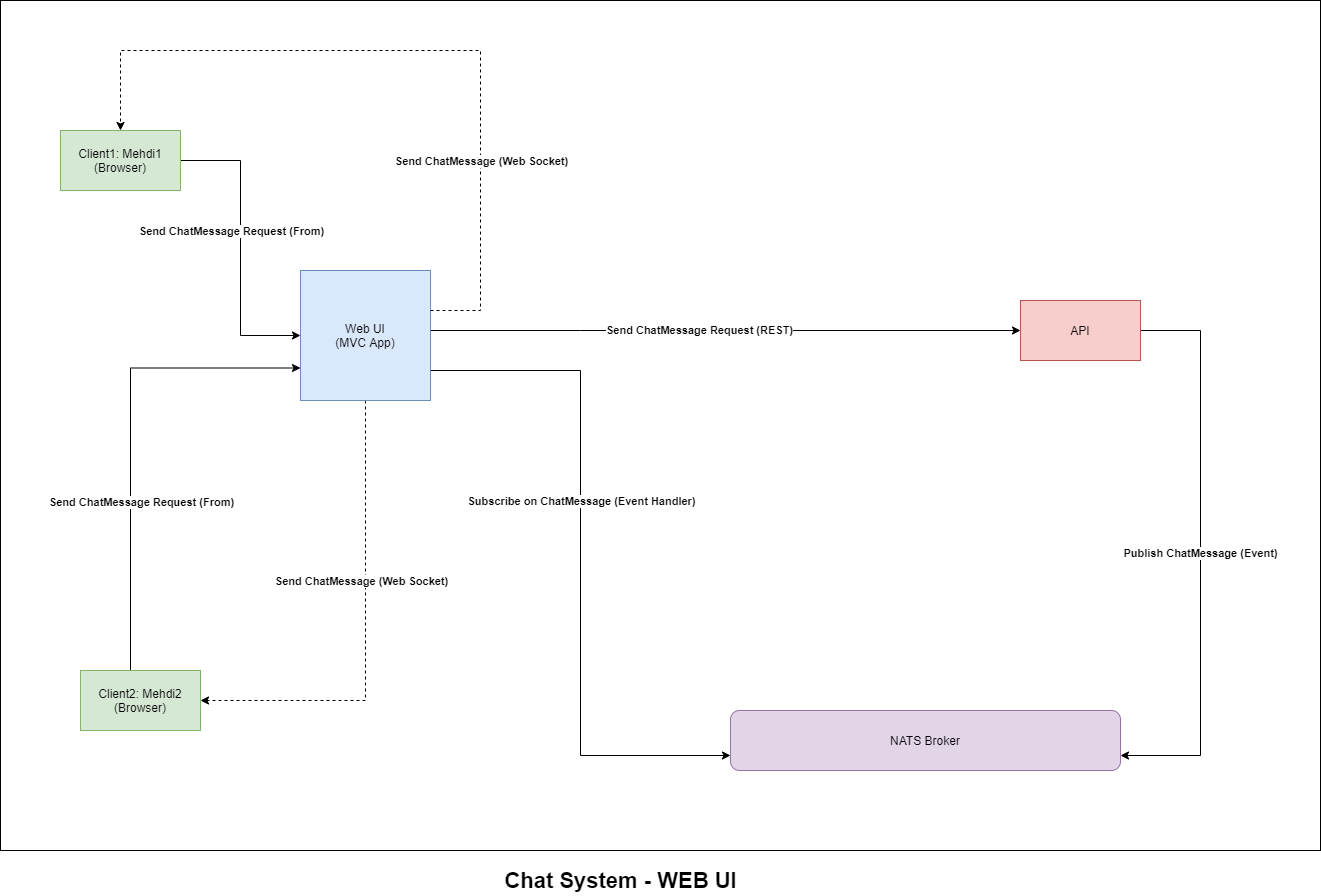
Earlier version of the draw.io export assets/web.png (mehdihadeli/distributed-chat-system). Source tidied: cells renumbered, new cells last; positions are measured from the earlier drawing's top-left corner, leaving out a move shared by most shapes.
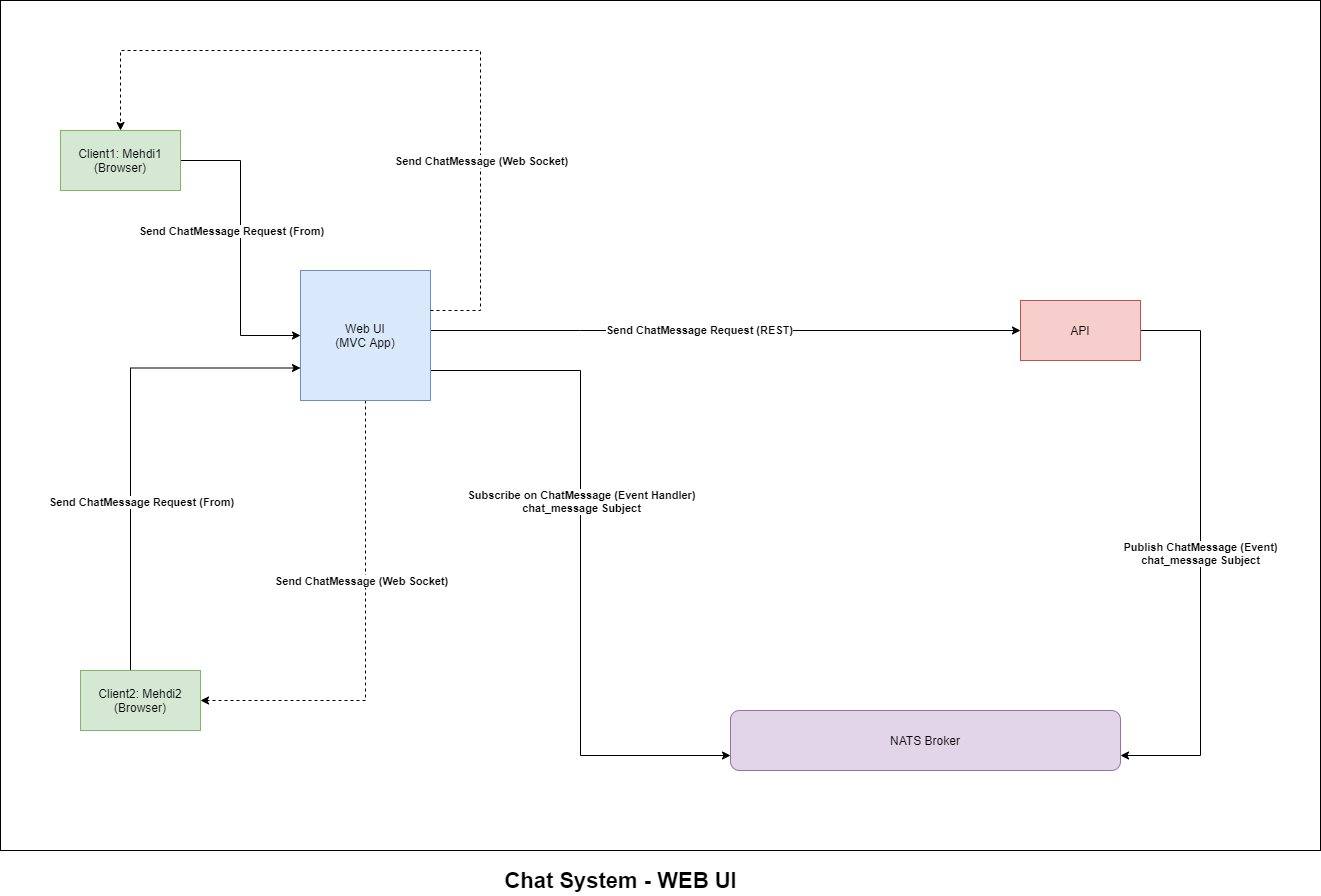
The same diagram one commit later.

What changed in the source:
```diff
@@ -34,7 +34,7 @@
         </Array>
       </mxGeometry>
     </mxCell>
-    <mxCell id="9" value="Subscribe on ChatMessage (Event Handler)" style="edgeLabel;html=1;align=center;verticalAlign=middle;fontStyle=1;" parent="8" vertex="1">
+    <mxCell id="9" value="Subscribe on ChatMessage (Event Handler)&lt;br&gt;chat_message Subject" style="edgeLabel;html=1;align=center;verticalAlign=middle;fontStyle=1;" parent="8" vertex="1">
       <mxGeometry x="-0.54" y="1" relative="1" as="geometry">
         <mxPoint x="-1" y="123" as="offset" />
       </mxGeometry>
@@ -62,7 +62,7 @@
     <mxCell id="13" value="Web UI&lt;br&gt;(MVC App)" style="whiteSpace=wrap;html=1;fillColor=#dae8fc;strokeColor=#6c8ebf;" parent="1" vertex="1">
       <mxGeometry x="300" y="270" width="130" height="130" as="geometry" />
     </mxCell>
-    <mxCell id="14" value="Publish ChatMessage (Event)" style="edgeStyle=orthogonalEdgeStyle;rounded=0;jettySize=auto;html=1;entryX=1;entryY=0.75;entryDx=0;entryDy=0;fontStyle=1;" parent="1" edge="1" source="15" target="16">
+    <mxCell id="14" value="Publish ChatMessage (Event)&lt;br&gt;chat_message Subject" style="edgeStyle=orthogonalEdgeStyle;rounded=0;jettySize=auto;html=1;entryX=1;entryY=0.75;entryDx=0;entryDy=0;fontStyle=1;" parent="1" edge="1" source="15" target="16">
       <mxGeometry relative="1" as="geometry">
         <Array as="points">
           <mxPoint x="1200" y="330" />
```
